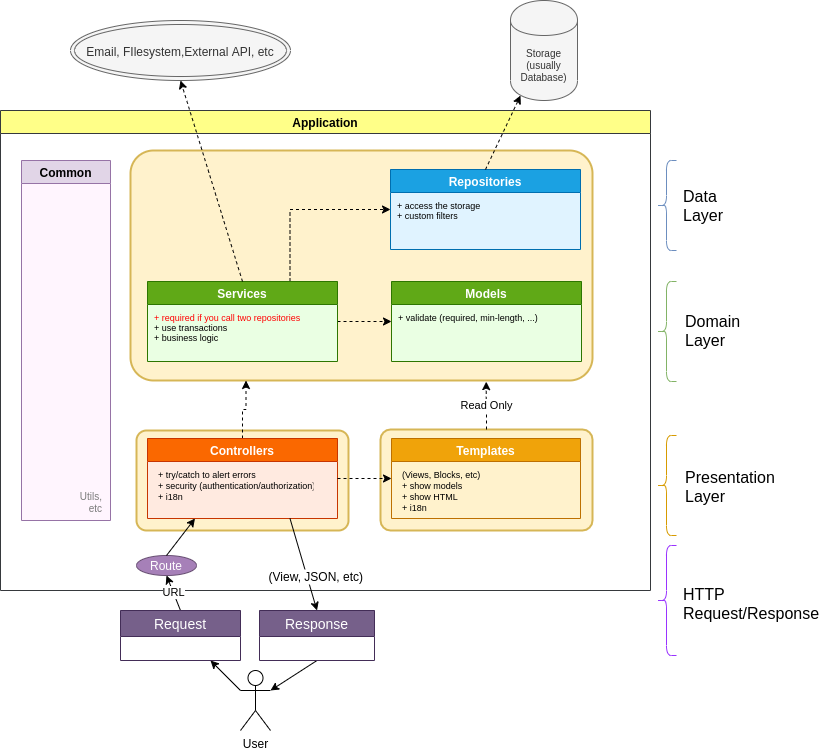
Earlier version of the draw.io export docs/architecture/layers.png (winframework/winphp). Source tidied: cells renumbered, new cells last; positions are measured from the earlier drawing's top-left corner, leaving out a move shared by most shapes.
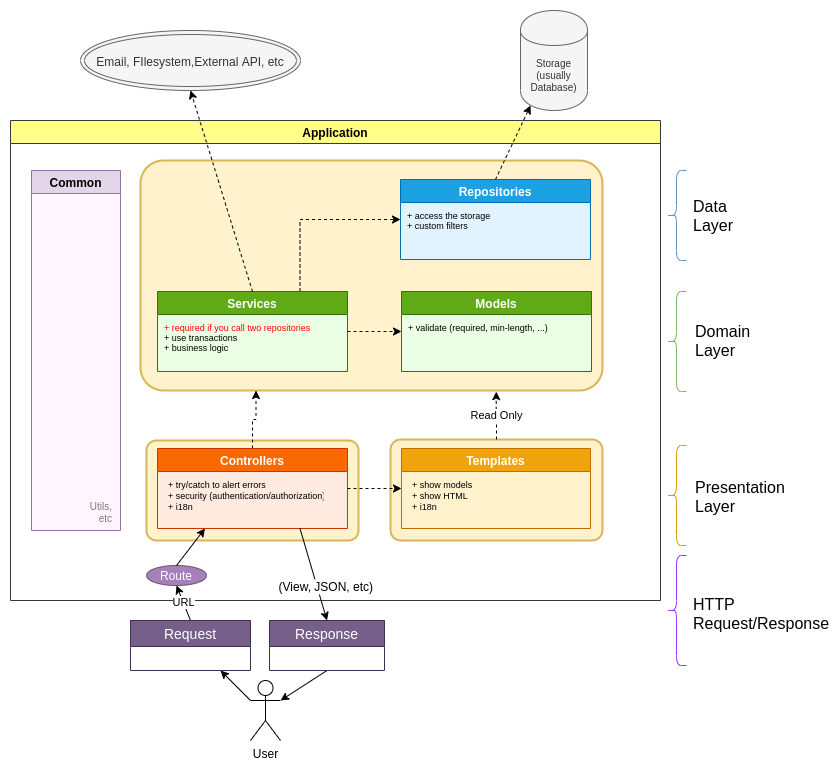
Above is the later version.

The edit, as a diff of the source:
```diff
@@ -77,7 +77,7 @@
     <mxCell id="24" value="Templates" style="swimlane;startSize=23;fillColor=#f0a30a;strokeColor=#BD7000;fontColor=#ffffff;" parent="4" vertex="1">
       <mxGeometry x="391" y="328" width="189" height="80" as="geometry" />
     </mxCell>
-    <mxCell id="25" value="(Views, Blocks, etc)&#10;+ show models&#10;+ show HTML&#10;+ i18n" style="text;strokeColor=none;fillColor=none;align=left;verticalAlign=top;spacingLeft=4;spacingRight=4;overflow=hidden;fontSize=9;" parent="24" vertex="1">
+    <mxCell id="25" value="+ show models&#10;+ show HTML&#10;+ i18n" style="text;strokeColor=none;fillColor=none;align=left;verticalAlign=top;spacingLeft=4;spacingRight=4;overflow=hidden;fontSize=9;" parent="24" vertex="1">
       <mxGeometry x="5" y="25" width="155" height="55" as="geometry" />
     </mxCell>
     <mxCell id="26" style="edgeStyle=orthogonalEdgeStyle;rounded=0;jettySize=auto;html=1;exitX=1;exitY=0.5;exitDx=0;exitDy=0;entryX=0;entryY=0.5;entryDx=0;entryDy=0;dashed=1;" parent="4" edge="1" source="9" target="24">
```
